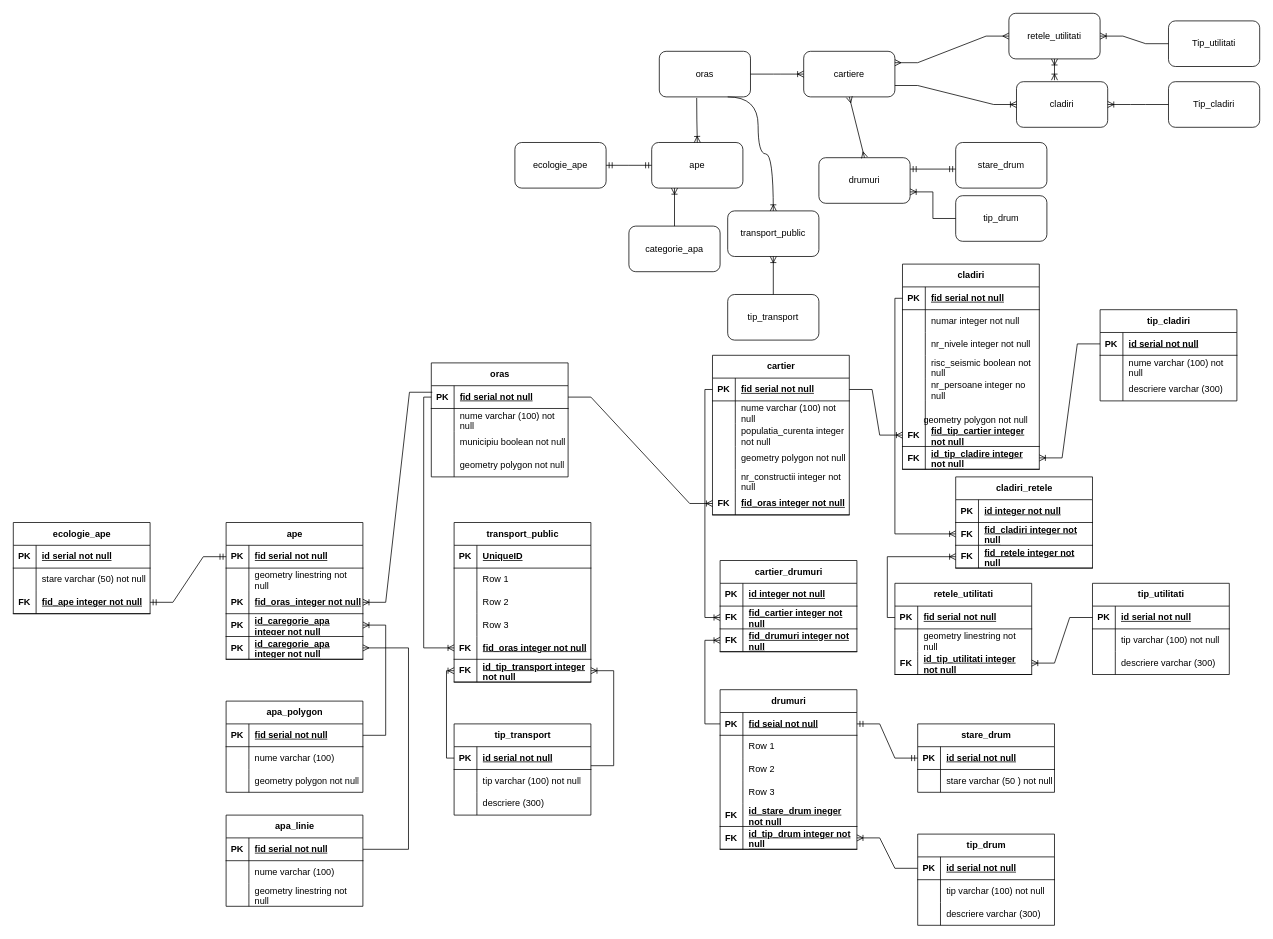
Before: Untitled Diagram.drawio in OtenziaGavris/Examen_sem1_Gavris, a draw.io diagram. Source tidied: cells renumbered, new cells numbered last; positions are measured from the earlier drawing's top-left corner, leaving out a move shared by most shapes. Both pictures are drawn from the tidied source at 76%, with x=0, y=0 at pixel (13, 13).
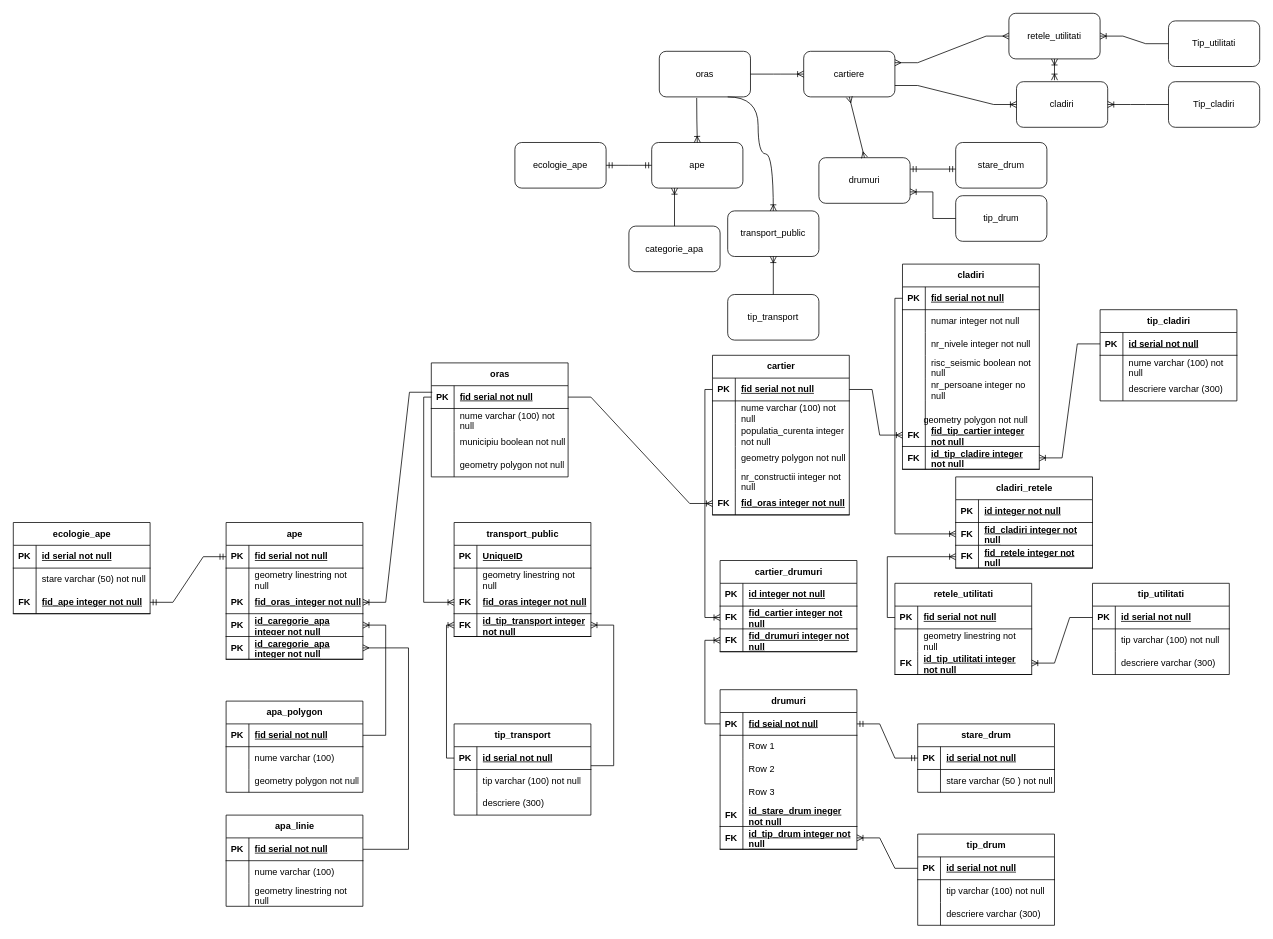
After the change.

The change refers to these unchanged cells:
```xml
<mxCell id="188" style="shape=tableRow;horizontal=0;startSize=0;swimlaneHead=0;swimlaneBody=0;fillColor=none;top=0;left=0;right=0;bottom=0;" parent="184" vertex="1">
  <mxGeometry y="60" width="180" height="30" as="geometry" />
</mxCell>
```

What changed in the source:
```diff
@@
     <mxCell id="184" value="transport_public" style="shape=table;startSize=30;childLayout=tableLayout;rowLines=0;fontStyle=1;align=center;html=1;" parent="1" vertex="1">
-      <mxGeometry x="580" y="670" width="180" height="210" as="geometry" />
+      <mxGeometry x="580" y="670" width="180" height="150" as="geometry" />
     </mxCell>
@@
-    <mxCell id="190" value="Row 1" style="shape=partialRectangle;fillColor=none;top=0;left=0;bottom=0;right=0;align=left;spacingLeft=6;overflow=hidden;whiteSpace=wrap;html=1;" parent="188" vertex="1">
+    <mxCell id="190" value="geometry linestring not null" style="shape=partialRectangle;fillColor=none;top=0;left=0;bottom=0;right=0;align=left;spacingLeft=6;overflow=hidden;whiteSpace=wrap;html=1;" parent="188" vertex="1">
       <mxGeometry x="30" width="150" height="30" as="geometry" />
     </mxCell>
-    <mxCell id="191" style="shape=tableRow;horizontal=0;startSize=0;swimlaneHead=0;swimlaneBody=0;fillColor=none;top=0;left=0;right=0;bottom=0;" parent="184" vertex="1">
-      <mxGeometry y="90" width="180" height="30" as="geometry" />
-    </mxCell>
-    <mxCell id="192" style="shape=partialRectangle;fillColor=none;top=0;left=0;bottom=0;right=0;overflow=hidden;whiteSpace=wrap;html=1;" parent="191" vertex="1">
-      <mxGeometry width="30" height="30" as="geometry" />
-    </mxCell>
-    <mxCell id="193" value="Row 2" style="shape=partialRectangle;fillColor=none;top=0;left=0;bottom=0;right=0;align=left;spacingLeft=6;overflow=hidden;whiteSpace=wrap;html=1;" parent="191" vertex="1">
-      <mxGeometry x="30" width="150" height="30" as="geometry" />
-    </mxCell>
-    <mxCell id="194" style="shape=tableRow;horizontal=0;startSize=0;swimlaneHead=0;swimlaneBody=0;fillColor=none;top=0;left=0;right=0;bottom=0;" parent="184" vertex="1">
-      <mxGeometry y="120" width="180" height="30" as="geometry" />
-    </mxCell>
-    <mxCell id="195" style="shape=partialRectangle;fillColor=none;top=0;left=0;bottom=0;right=0;overflow=hidden;whiteSpace=wrap;html=1;" parent="194" vertex="1">
-      <mxGeometry width="30" height="30" as="geometry" />
-    </mxCell>
-    <mxCell id="196" value="Row 3" style="shape=partialRectangle;fillColor=none;top=0;left=0;bottom=0;right=0;align=left;spacingLeft=6;overflow=hidden;whiteSpace=wrap;html=1;" parent="194" vertex="1">
-      <mxGeometry x="30" width="150" height="30" as="geometry" />
-    </mxCell>
     <mxCell id="197" style="shape=tableRow;horizontal=0;startSize=0;swimlaneHead=0;swimlaneBody=0;fillColor=none;points=[[0,0.5],[1,0.5]];portConstraint=eastwest;top=0;left=0;right=0;bottom=1;" parent="184" vertex="1">
-      <mxGeometry y="150" width="180" height="30" as="geometry" />
+      <mxGeometry y="90" width="180" height="30" as="geometry" />
     </mxCell>
@@
     <mxCell id="200" style="shape=tableRow;horizontal=0;startSize=0;swimlaneHead=0;swimlaneBody=0;fillColor=none;points=[[0,0.5],[1,0.5]];portConstraint=eastwest;top=0;left=0;right=0;bottom=1;" parent="184" vertex="1">
-      <mxGeometry y="180" width="180" height="30" as="geometry" />
+      <mxGeometry y="120" width="180" height="30" as="geometry" />
     </mxCell>
```
